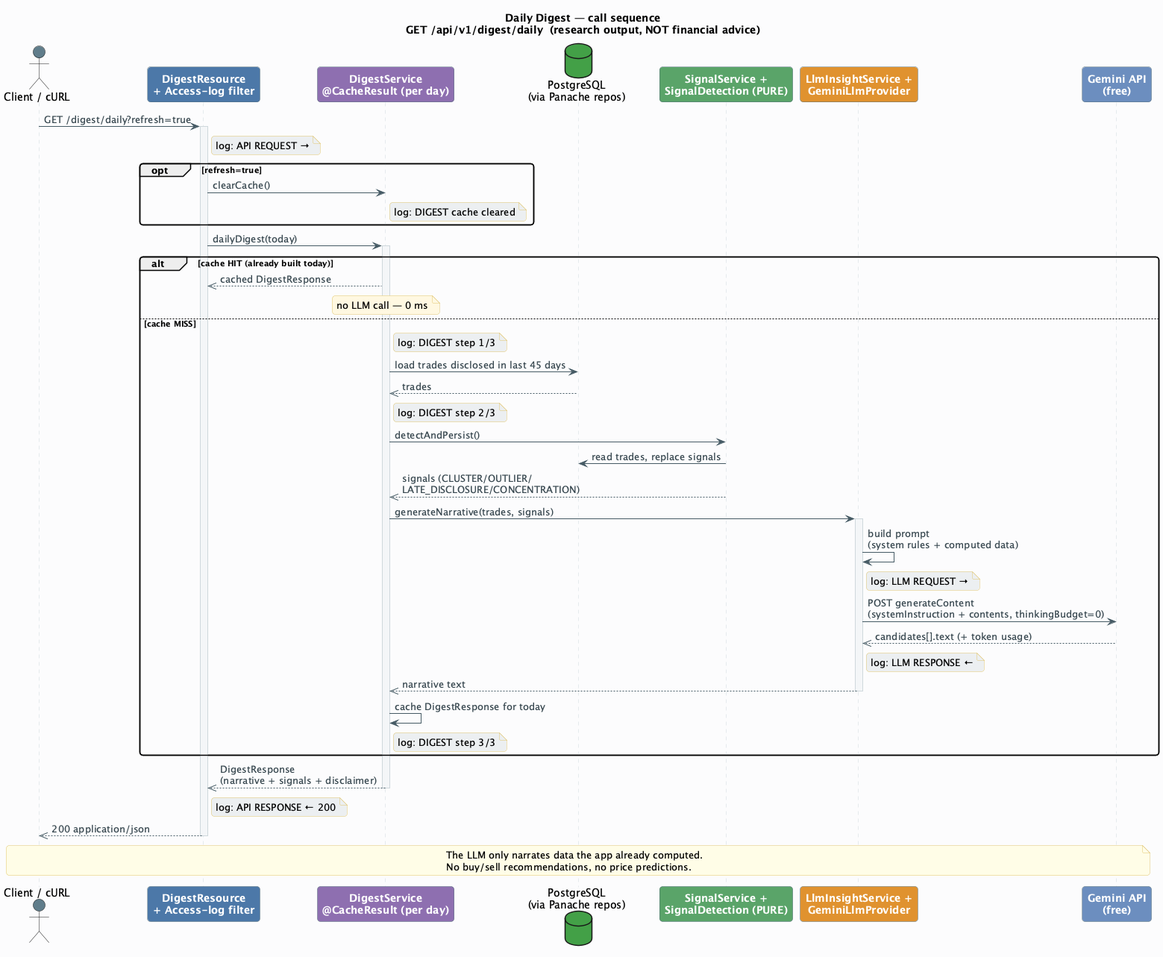
Earlier version of the PlantUML export docs/sequence-digest.png (ksktechai/congress-trade-watcher). Source of this version:
```plantuml
@startuml digest-sequence
title Daily Digest — call sequence\nGET /api/v1/digest/daily  (research output, NOT financial advice)

skinparam backgroundColor #FCFCFD
skinparam shadowing false
skinparam roundcorner 8
skinparam ArrowColor #455A64
skinparam ArrowFontColor #37474F
skinparam sequenceLifeLineBorderColor #CFD8DC
skinparam sequenceLifeLineBackgroundColor #F4F6F8
skinparam noteBackgroundColor #FFF8E1
skinparam noteBorderColor #E0C46C
skinparam participant {
  BorderColor #546E7A
  FontColor #FFFFFF
  FontStyle bold
}

actor "Client / cURL" as C #607D8B
participant "DigestResource\n+ Access-log filter" as API #4C78A8
participant "DigestService\n@CacheResult (per day)" as DS #8E6FB0
database "PostgreSQL\n(via Panache repos)" as DB #43A047
participant "SignalService +\nSignalDetection (PURE)" as SG #5AA469
participant "LlmInsightService +\nGeminiLlmProvider" as LM #E0922F
participant "Gemini API\n(free)" as GEM #6C8EBF

C -> API: GET /digest/daily?refresh=true
activate API
note right of API #ECEFF1: log: API REQUEST →

opt refresh=true
  API -> DS: clearCache()
  note right of DS #ECEFF1: log: DIGEST cache cleared
end

API -> DS: dailyDigest(today)
activate DS

alt cache HIT (already built today)
  DS -->> API: cached DigestResponse
  note over DS: no LLM call — 0 ms
else cache MISS
  note right of DS #ECEFF1: log: DIGEST step 1/3
  DS -> DB: load trades disclosed in last 45 days
  DB -->> DS: trades

  note right of DS #ECEFF1: log: DIGEST step 2/3
  DS -> SG: detectAndPersist()
  SG -> DB: read trades, replace signals
  SG -->> DS: signals (CLUSTER/OUTLIER/\nLATE_DISCLOSURE/CONCENTRATION)

  DS -> LM: generateNarrative(trades, signals)
  activate LM
  LM -> LM: build prompt\n(system rules + computed data)
  note right of LM #ECEFF1: log: LLM REQUEST →
  LM -> GEM: POST generateContent\n(systemInstruction + contents, thinkingBudget=0)
  GEM -->> LM: candidates[].text (+ token usage)
  note right of LM #ECEFF1: log: LLM RESPONSE ←
  LM -->> DS: narrative text
  deactivate LM

  DS -> DS: cache DigestResponse for today
  note right of DS #ECEFF1: log: DIGEST step 3/3
end

DS -->> API: DigestResponse\n(narrative + signals + disclaimer)
deactivate DS
note right of API #ECEFF1: log: API RESPONSE ← 200
API -->> C: 200 application/json
deactivate API

note across #FFFDE7
  The LLM only narrates data the app already computed.
  No buy/sell recommendations, no price predictions.
end note
@enduml
```
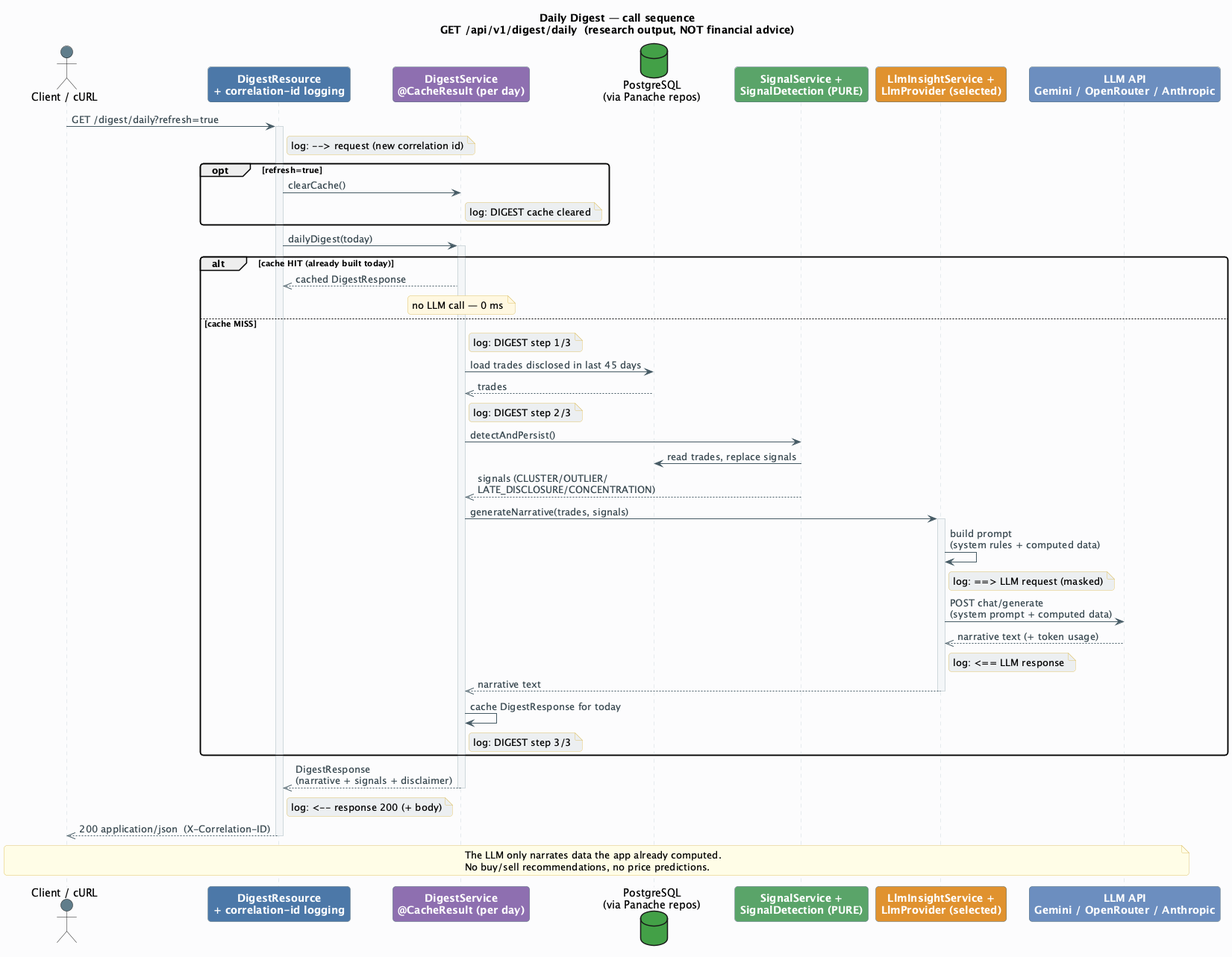
The same file after the commit.

Commit message:
Log OpenRouter served model/provider; refresh diagrams for OpenRouter

Diff of the diagram source:
```diff
@@ -17,16 +17,16 @@
 }
 
 actor "Client / cURL" as C #607D8B
-participant "DigestResource\n+ Access-log filter" as API #4C78A8
+participant "DigestResource\n+ correlation-id logging" as API #4C78A8
 participant "DigestService\n@CacheResult (per day)" as DS #8E6FB0
 database "PostgreSQL\n(via Panache repos)" as DB #43A047
 participant "SignalService +\nSignalDetection (PURE)" as SG #5AA469
-participant "LlmInsightService +\nGeminiLlmProvider" as LM #E0922F
-participant "Gemini API\n(free)" as GEM #6C8EBF
+participant "LlmInsightService +\nLlmProvider (selected)" as LM #E0922F
+participant "LLM API\nGemini / OpenRouter / Anthropic" as GEM #6C8EBF
 
 C -> API: GET /digest/daily?refresh=true
 activate API
-note right of API #ECEFF1: log: API REQUEST →
+note right of API #ECEFF1: log: --> request (new correlation id)
 
 opt refresh=true
   API -> DS: clearCache()
@@ -52,10 +52,10 @@
   DS -> LM: generateNarrative(trades, signals)
   activate LM
   LM -> LM: build prompt\n(system rules + computed data)
-  note right of LM #ECEFF1: log: LLM REQUEST →
-  LM -> GEM: POST generateContent\n(systemInstruction + contents, thinkingBudget=0)
-  GEM -->> LM: candidates[].text (+ token usage)
-  note right of LM #ECEFF1: log: LLM RESPONSE ←
+  note right of LM #ECEFF1: log: ==> LLM request (masked)
+  LM -> GEM: POST chat/generate\n(system prompt + computed data)
+  GEM -->> LM: narrative text (+ token usage)
+  note right of LM #ECEFF1: log: <== LLM response
   LM -->> DS: narrative text
   deactivate LM
 
@@ -65,8 +65,8 @@
 
 DS -->> API: DigestResponse\n(narrative + signals + disclaimer)
 deactivate DS
-note right of API #ECEFF1: log: API RESPONSE ← 200
-API -->> C: 200 application/json
+note right of API #ECEFF1: log: <-- response 200 (+ body)
+API -->> C: 200 application/json  (X-Correlation-ID)
 deactivate API
 
 note across #FFFDE7
```
